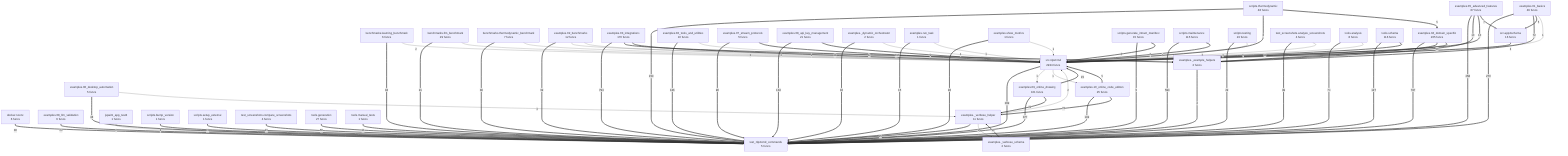
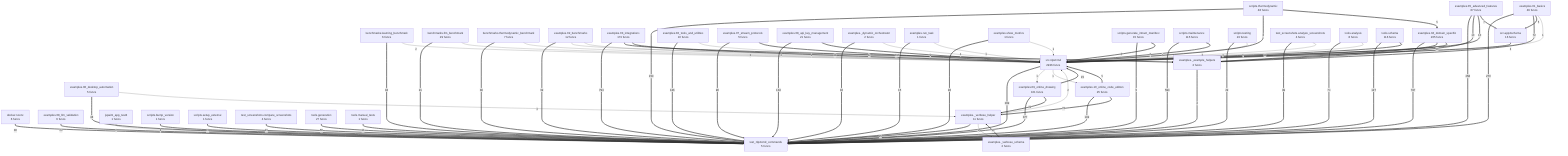
flowchart TD
- %% generated in 0.06s
+ %% generated in 0.09s
    benchmarks__learning_benchmark["benchmarks.learning_benchmark<br/>6 funcs"]
    benchmarks__llm_benchmark["benchmarks.llm_benchmark<br/>29 funcs"]
    benchmarks__thermodynamic_benchmark["benchmarks.thermodynamic_benchmark<br/>7 funcs"]
    docker__novnc["docker.novnc<br/>6 funcs"]
    examples__01_basics["examples.01_basics<br/>46 funcs"]
    examples__02_benchmarks["examples.02_benchmarks<br/>12 funcs"]
-     examples__03_integrations["examples.03_integrations<br/>170 funcs"]
+     examples__03_integrations["examples.03_integrations<br/>173 funcs"]
    examples__04_domain_specific["examples.04_domain_specific<br/>205 funcs"]
    examples__05_advanced_features["examples.05_advanced_features<br/>67 funcs"]
    examples__06_desktop_automation["examples.06_desktop_automation<br/>5 funcs"]
    examples__06_tools_and_utilities["examples.06_tools_and_utilities<br/>10 funcs"]
    examples__07_stream_protocols["examples.07_stream_protocols<br/>5 funcs"]
    examples__08_api_key_management["examples.08_api_key_management<br/>21 funcs"]
    examples__08_llm_validation["examples.08_llm_validation<br/>6 funcs"]
    examples__09_online_drawing["examples.09_online_drawing<br/>101 funcs"]
    examples__10_online_code_editors["examples.10_online_code_editors<br/>25 funcs"]
    examples___dynamic_orchestrator["examples._dynamic_orchestrator<br/>2 funcs"]
    examples___example_helpers["examples._example_helpers<br/>2 funcs"]
    examples___verbose_helper["examples._verbose_helper<br/>11 funcs"]
    examples___verbose_schema["examples._verbose_schema<br/>2 funcs"]
    examples__run_task["examples.run_task<br/>1 funcs"]
    examples__show_metrics["examples.show_metrics<br/>1 funcs"]
    jspaint_app_test4["jspaint_app_test4<br/>1 funcs"]
    scripts__bump_version["scripts.bump_version<br/>1 funcs"]
    scripts__generate_intract_manifest["scripts.generate_intract_manifest<br/>15 funcs"]
    scripts__maintenance["scripts.maintenance<br/>115 funcs"]
    scripts__setup_external["scripts.setup_external<br/>1 funcs"]
    scripts__testing["scripts.testing<br/>23 funcs"]
    scripts__thermodynamic["scripts.thermodynamic<br/>48 funcs"]
    src__app2schema["src.app2schema<br/>16 funcs"]
-     src__nlp2cmd["src.nlp2cmd<br/>2934 funcs"]
+     src__nlp2cmd["src.nlp2cmd<br/>2936 funcs"]
    test_nlp2cmd_commands["test_nlp2cmd_commands<br/>5 funcs"]
    test_screenshots__analyze_screenshots["test_screenshots.analyze_screenshots<br/>4 funcs"]
    test_screenshots__compare_screenshots["test_screenshots.compare_screenshots<br/>4 funcs"]
    tools__analysis["tools.analysis<br/>8 funcs"]
    tools__generation["tools.generation<br/>27 funcs"]
    tools__manual_tests["tools.manual_tests<br/>1 funcs"]
    tools__schema["tools.schema<br/>116 funcs"]
    examples__04_domain_specific ==>|797| test_nlp2cmd_commands
    examples__03_integrations ==>|793| test_nlp2cmd_commands
    scripts__maintenance ==>|593| test_nlp2cmd_commands
    examples__05_advanced_features ==>|458| test_nlp2cmd_commands
    examples__09_online_drawing ==>|377| test_nlp2cmd_commands
    src__nlp2cmd ==>|369| test_nlp2cmd_commands
    examples__01_basics ==>|270| test_nlp2cmd_commands
    scripts__thermodynamic ==>|159| test_nlp2cmd_commands
    examples__10_online_code_editors ==>|139| test_nlp2cmd_commands
    examples__06_tools_and_utilities ==>|136| test_nlp2cmd_commands
    tools__schema ==>|127| test_nlp2cmd_commands
    examples__08_api_key_management ==>|104| test_nlp2cmd_commands
    examples__07_stream_protocols ==>|90| test_nlp2cmd_commands
    tools__analysis ==>|74| test_nlp2cmd_commands
    examples__01_basics ==>|72| examples___example_helpers
    examples__10_online_code_editors ==>|72| examples___verbose_helper
    examples__02_benchmarks ==>|69| test_nlp2cmd_commands
    tools__generation ==>|56| test_nlp2cmd_commands
    examples__04_domain_specific ==>|50| examples___example_helpers
    examples__03_integrations ==>|48| examples___example_helpers
    examples__06_desktop_automation ==>|48| test_nlp2cmd_commands
    test_screenshots__analyze_screenshots ==>|39| test_nlp2cmd_commands
    benchmarks__thermodynamic_benchmark ==>|38| test_nlp2cmd_commands
    docker__novnc ==>|30| test_nlp2cmd_commands
    scripts__testing ==>|29| test_nlp2cmd_commands
    examples__show_metrics ==>|26| test_nlp2cmd_commands
    examples___verbose_helper ==>|25| test_nlp2cmd_commands
    examples__08_llm_validation ==>|24| test_nlp2cmd_commands
    examples__09_online_drawing ==>|21| examples___verbose_helper
    benchmarks__llm_benchmark ==>|21| test_nlp2cmd_commands
    test_screenshots__compare_screenshots ==>|21| test_nlp2cmd_commands
    benchmarks__learning_benchmark ==>|18| test_nlp2cmd_commands
    examples__run_task ==>|15| test_nlp2cmd_commands
    examples__09_online_drawing ==>|15| src__nlp2cmd
    scripts__setup_external ==>|15| test_nlp2cmd_commands
    examples__03_integrations ==>|11| src__nlp2cmd
    examples__04_domain_specific ==>|11| src__nlp2cmd
    tools__manual_tests ==>|11| test_nlp2cmd_commands
    examples___verbose_schema ==>|10| examples___verbose_helper
    examples___dynamic_orchestrator ==>|10| test_nlp2cmd_commands
    examples__05_advanced_features ==>|10| examples___example_helpers
    examples__05_advanced_features ==>|10| src__nlp2cmd
    examples__08_api_key_management ==>|9| src__nlp2cmd
    examples__05_advanced_features ==>|7| src__app2schema
    examples__07_stream_protocols ==>|6| src__nlp2cmd
    scripts__thermodynamic ==>|6| src__nlp2cmd
    examples__01_basics ==>|5| src__app2schema
    examples__10_online_code_editors ==>|5| src__nlp2cmd
    tools__schema ==>|5| src__nlp2cmd
    scripts__generate_intract_manifest ==>|5| test_nlp2cmd_commands
    scripts__thermodynamic ==>|5| examples__04_domain_specific
    scripts__maintenance ==>|5| src__nlp2cmd
    examples___example_helpers ==>|4| test_nlp2cmd_commands
    src__app2schema ==>|4| src__nlp2cmd
    scripts__generate_intract_manifest ==>|4| src__nlp2cmd
    scripts__bump_version ==>|4| test_nlp2cmd_commands
    examples__06_desktop_automation -->|3| examples___verbose_helper
    benchmarks__llm_benchmark -->|3| src__nlp2cmd
    benchmarks__thermodynamic_benchmark -->|3| src__nlp2cmd
    tools__analysis -->|3| src__nlp2cmd
    jspaint_app_test4 -->|2| test_nlp2cmd_commands
    examples___verbose_helper -->|2| src__nlp2cmd
    examples__02_benchmarks -->|2| examples___example_helpers
    benchmarks__learning_benchmark -->|2| src__nlp2cmd
    scripts__testing -->|2| src__nlp2cmd
    test_screenshots__analyze_screenshots -->|2| src__nlp2cmd
    examples__show_metrics -->|1| src__nlp2cmd
    examples___dynamic_orchestrator -->|1| src__nlp2cmd
    examples___verbose_helper -->|1| examples___verbose_schema
    examples__run_task -->|1| src__nlp2cmd
    examples__06_tools_and_utilities -->|1| src__nlp2cmd
    examples__02_benchmarks -->|1| src__nlp2cmd
    examples__01_basics -->|1| src__nlp2cmd
    src__nlp2cmd -->|1| examples__09_online_drawing
    src__nlp2cmd -->|1| examples__10_online_code_editors
